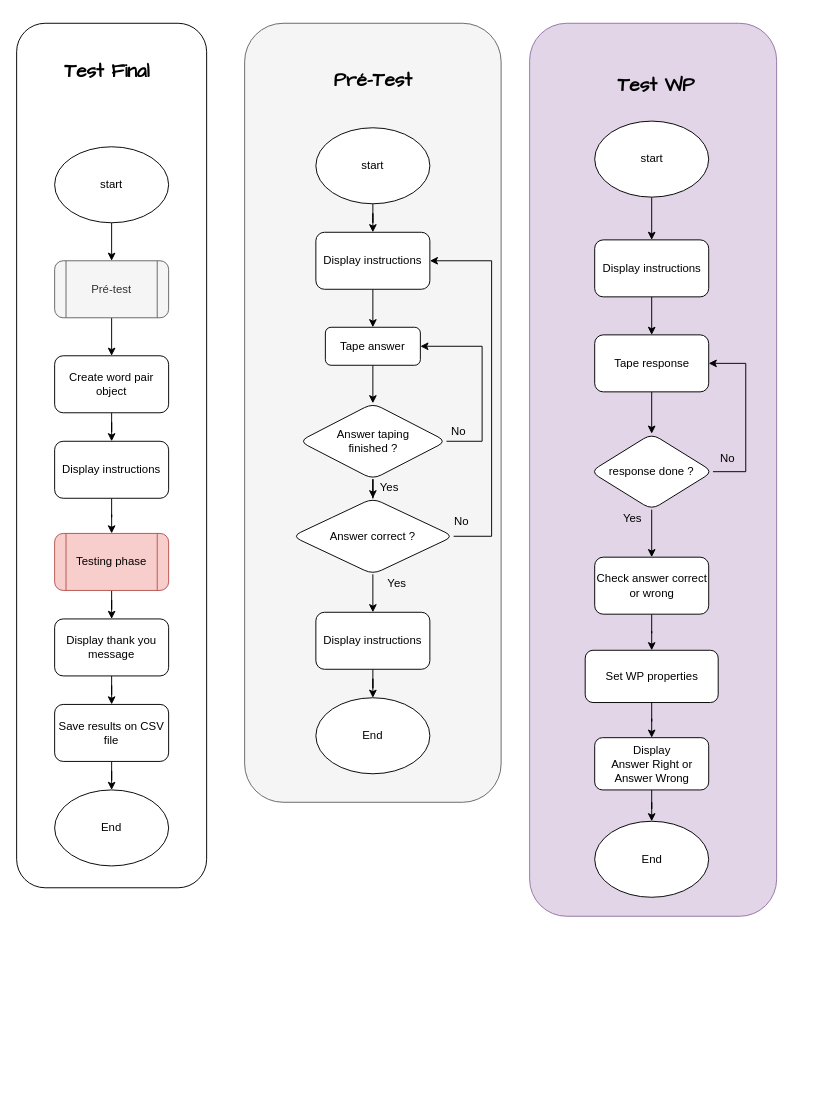
This is page "final test" (3 of 3) of Psychopy.drawio from AlessandroCuozzo/Psycho, a draw.io file, before an edit. Source tidied: cells renumbered, new cells numbered last; positions are measured from the earlier drawing's top-left corner, leaving out a move shared by most shapes. Both pictures are drawn from the tidied source at 95%, with x=0, y=0 at pixel (16, 23).
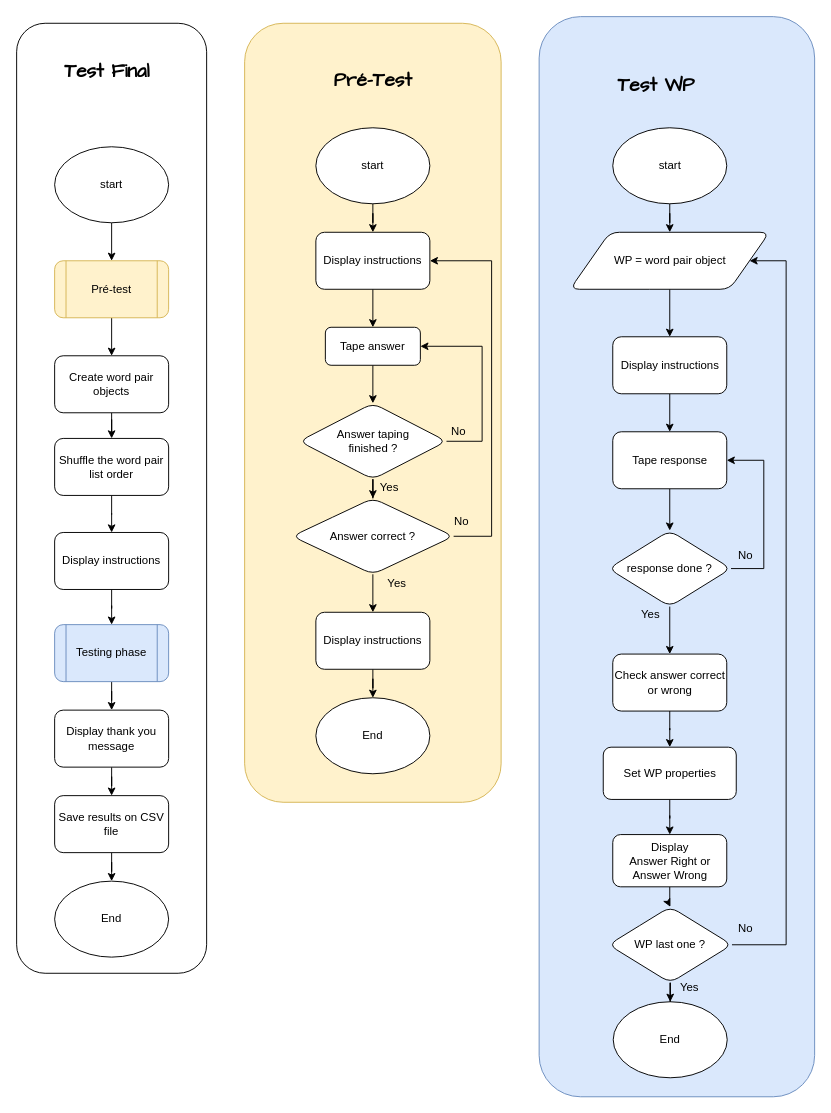
After the change.

Change to the diagram source:
```diff
@@
-    <mxCell id="2" style="rounded=1;whiteSpace=wrap;html=1;" parent="1" vertex="1">
-      <mxGeometry width="200" height="910" as="geometry" />
-    </mxCell>
+    <mxCell id="60" style="rounded=1;whiteSpace=wrap;html=1;fillColor=#dae8fc;strokeColor=#6c8ebf;" parent="1" vertex="1">
+      <mxGeometry x="550" y="-7" width="290" height="1137" as="geometry" />
+    </mxCell>
+    <mxCell id="61" style="rounded=1;whiteSpace=wrap;html=1;" parent="1" vertex="1">
+      <mxGeometry width="200" height="1000" as="geometry" />
+    </mxCell>
@@
-    <mxCell id="6" value="Pré-test" style="shape=process;whiteSpace=wrap;html=1;backgroundOutline=1;rounded=1;fillColor=#f5f5f5;strokeColor=#666666;fontColor=#333333;" parent="1" vertex="1">
+    <mxCell id="6" value="Pré-test" style="shape=process;whiteSpace=wrap;html=1;backgroundOutline=1;rounded=1;fillColor=#fff2cc;strokeColor=#d6b656;" parent="1" vertex="1">
       <mxGeometry x="40" y="250" width="120" height="60" as="geometry" />
     </mxCell>
-    <mxCell id="7" style="edgeStyle=orthogonalEdgeStyle;rounded=0;jettySize=auto;html=1;entryX=0.5;entryY=0;entryDx=0;entryDy=0;" parent="1" edge="1" source="8" target="17">
-      <mxGeometry relative="1" as="geometry" />
-    </mxCell>
+    <mxCell id="62" style="edgeStyle=orthogonalEdgeStyle;rounded=0;jettySize=auto;html=1;entryX=0.5;entryY=0;entryDx=0;entryDy=0;" parent="1" edge="1" source="8" target="73">
+      <mxGeometry relative="1" as="geometry" />
+    </mxCell>
-    <mxCell id="8" value="Create word pair object" style="rounded=1;whiteSpace=wrap;html=1;" parent="1" vertex="1">
+    <mxCell id="8" value="Create word pair objects" style="rounded=1;whiteSpace=wrap;html=1;" parent="1" vertex="1">
       <mxGeometry x="40" y="350" width="120" height="60" as="geometry" />
     </mxCell>
@@
-    <mxCell id="10" value="Testing phase" style="shape=process;whiteSpace=wrap;html=1;backgroundOutline=1;rounded=1;fillColor=#f8cecc;strokeColor=#b85450;" parent="1" vertex="1">
-      <mxGeometry x="40" y="537" width="120" height="60" as="geometry" />
+    <mxCell id="10" value="Testing phase" style="shape=process;whiteSpace=wrap;html=1;backgroundOutline=1;rounded=1;fillColor=#dae8fc;strokeColor=#6c8ebf;" parent="1" vertex="1">
+      <mxGeometry x="40" y="633" width="120" height="60" as="geometry" />
     </mxCell>
@@
     <mxCell id="12" value="Display thank you message" style="rounded=1;whiteSpace=wrap;html=1;" parent="1" vertex="1">
-      <mxGeometry x="40" y="627" width="120" height="60" as="geometry" />
+      <mxGeometry x="40" y="723" width="120" height="60" as="geometry" />
     </mxCell>
@@
     <mxCell id="14" value="Save results on CSV file" style="rounded=1;whiteSpace=wrap;html=1;" parent="1" vertex="1">
-      <mxGeometry x="40" y="717" width="120" height="60" as="geometry" />
+      <mxGeometry x="40" y="813" width="120" height="60" as="geometry" />
     </mxCell>
     <mxCell id="15" value="End" style="ellipse;whiteSpace=wrap;html=1;rounded=1;" parent="1" vertex="1">
-      <mxGeometry x="40" y="807" width="120" height="80" as="geometry" />
+      <mxGeometry x="40" y="903" width="120" height="80" as="geometry" />
     </mxCell>
@@
     <mxCell id="17" value="Display instructions" style="rounded=1;whiteSpace=wrap;html=1;" parent="1" vertex="1">
-      <mxGeometry x="40" y="440" width="120" height="60" as="geometry" />
+      <mxGeometry x="40" y="536" width="120" height="60" as="geometry" />
     </mxCell>
@@
-    <mxCell id="19" style="rounded=1;whiteSpace=wrap;html=1;fillColor=#e1d5e7;strokeColor=#9673a6;" parent="1" vertex="1">
-      <mxGeometry x="540" width="260" height="940" as="geometry" />
-    </mxCell>
@@
-    <mxCell id="21" style="edgeStyle=orthogonalEdgeStyle;rounded=0;jettySize=auto;html=1;" parent="1" edge="1" source="22" target="24">
-      <mxGeometry relative="1" as="geometry" />
-    </mxCell>
+    <mxCell id="63" style="edgeStyle=orthogonalEdgeStyle;rounded=0;jettySize=auto;html=1;entryX=0.5;entryY=0;entryDx=0;entryDy=0;" parent="1" edge="1" source="22" target="66">
+      <mxGeometry relative="1" as="geometry" />
+    </mxCell>
     <mxCell id="22" value="start" style="ellipse;whiteSpace=wrap;html=1;" parent="1" vertex="1">
-      <mxGeometry x="608.5" y="103" width="120" height="80" as="geometry" />
+      <mxGeometry x="627.5" y="110" width="120" height="80" as="geometry" />
     </mxCell>
@@
     <mxCell id="24" value="Display instructions" style="rounded=1;whiteSpace=wrap;html=1;" parent="1" vertex="1">
-      <mxGeometry x="608.5" y="228" width="120" height="60" as="geometry" />
+      <mxGeometry x="627.5" y="330" width="120" height="60" as="geometry" />
     </mxCell>
@@
     <mxCell id="26" value="Tape response" style="rounded=1;whiteSpace=wrap;html=1;" parent="1" vertex="1">
-      <mxGeometry x="608.5" y="328" width="120" height="60" as="geometry" />
+      <mxGeometry x="627.5" y="430" width="120" height="60" as="geometry" />
     </mxCell>
     <mxCell id="27" style="edgeStyle=orthogonalEdgeStyle;rounded=0;jettySize=auto;html=1;entryX=1;entryY=0.5;entryDx=0;entryDy=0;" parent="1" edge="1" source="29" target="26">
       <mxGeometry relative="1" as="geometry">
         <Array as="points">
-          <mxPoint x="767.5" y="472" />
-          <mxPoint x="767.5" y="358" />
+          <mxPoint x="786.5" y="574" />
+          <mxPoint x="786.5" y="460" />
         </Array>
       </mxGeometry>
     </mxCell>
@@
     <mxCell id="29" value="response done ?" style="rhombus;whiteSpace=wrap;html=1;rounded=1;" parent="1" vertex="1">
-      <mxGeometry x="604" y="432" width="129" height="80" as="geometry" />
+      <mxGeometry x="623" y="534" width="129" height="80" as="geometry" />
     </mxCell>
@@
     <mxCell id="31" value="Check answer correct or wrong" style="rounded=1;whiteSpace=wrap;html=1;" parent="1" vertex="1">
-      <mxGeometry x="608.5" y="562" width="120" height="60" as="geometry" />
+      <mxGeometry x="627.5" y="664" width="120" height="60" as="geometry" />
     </mxCell>
-    <mxCell id="32" style="edgeStyle=orthogonalEdgeStyle;rounded=0;jettySize=auto;html=1;entryX=0.5;entryY=0;entryDx=0;entryDy=0;" parent="1" edge="1" source="33" target="34">
-      <mxGeometry relative="1" as="geometry" />
-    </mxCell>
+    <mxCell id="64" style="edgeStyle=orthogonalEdgeStyle;rounded=0;jettySize=auto;html=1;entryX=0.5;entryY=0;entryDx=0;entryDy=0;" parent="1" edge="1" source="33" target="69">
+      <mxGeometry relative="1" as="geometry" />
+    </mxCell>
     <mxCell id="33" value="&lt;div&gt;Display &lt;br&gt;&lt;/div&gt;&lt;div&gt;Answer Right or Answer Wrong&lt;/div&gt;" style="rounded=1;whiteSpace=wrap;html=1;" parent="1" vertex="1">
-      <mxGeometry x="608.5" y="752" width="120" height="55" as="geometry" />
+      <mxGeometry x="627.5" y="854" width="120" height="55" as="geometry" />
     </mxCell>
     <mxCell id="34" value="End" style="ellipse;whiteSpace=wrap;html=1;rounded=1;" parent="1" vertex="1">
-      <mxGeometry x="608.5" y="840" width="120" height="80" as="geometry" />
+      <mxGeometry x="628" y="1030" width="120" height="80" as="geometry" />
     </mxCell>
@@
     <mxCell id="36" value="Set WP properties" style="rounded=1;whiteSpace=wrap;html=1;" parent="1" vertex="1">
-      <mxGeometry x="598.5" y="660" width="140" height="55" as="geometry" />
+      <mxGeometry x="617.5" y="762" width="140" height="55" as="geometry" />
     </mxCell>
     <mxCell id="37" value="No" style="text;html=1;align=center;verticalAlign=middle;" parent="1" vertex="1">
-      <mxGeometry x="732.5" y="448" width="30" height="20" as="geometry" />
+      <mxGeometry x="751.5" y="550" width="30" height="20" as="geometry" />
     </mxCell>
     <mxCell id="38" value="Yes" style="text;html=1;align=center;verticalAlign=middle;" parent="1" vertex="1">
-      <mxGeometry x="627.5" y="511" width="40" height="20" as="geometry" />
+      <mxGeometry x="646.5" y="613" width="40" height="20" as="geometry" />
     </mxCell>
-    <mxCell id="39" style="rounded=1;whiteSpace=wrap;html=1;fillColor=#f5f5f5;strokeColor=#666666;fontColor=#333333;" parent="1" vertex="1">
+    <mxCell id="39" style="rounded=1;whiteSpace=wrap;html=1;fillColor=#fff2cc;strokeColor=#d6b656;" parent="1" vertex="1">
       <mxGeometry x="240" width="270" height="820" as="geometry" />
     </mxCell>
@@
+    <mxCell id="65" style="edgeStyle=orthogonalEdgeStyle;rounded=0;jettySize=auto;html=1;entryX=0.5;entryY=0;entryDx=0;entryDy=0;" parent="1" edge="1" source="66" target="24">
+      <mxGeometry relative="1" as="geometry" />
+    </mxCell>
+    <mxCell id="66" value="WP = word pair object" style="shape=parallelogram;perimeter=parallelogramPerimeter;whiteSpace=wrap;html=1;rounded=1;" parent="1" vertex="1">
+      <mxGeometry x="582.5" y="220" width="210" height="60" as="geometry" />
+    </mxCell>
+    <mxCell id="67" style="edgeStyle=orthogonalEdgeStyle;rounded=0;jettySize=auto;html=1;entryX=0.5;entryY=0;entryDx=0;entryDy=0;" parent="1" edge="1" source="69" target="34">
+      <mxGeometry relative="1" as="geometry" />
+    </mxCell>
+    <mxCell id="68" style="edgeStyle=orthogonalEdgeStyle;rounded=0;jettySize=auto;html=1;entryX=1;entryY=0.5;entryDx=0;entryDy=0;" parent="1" edge="1" source="69" target="66">
+      <mxGeometry relative="1" as="geometry">
+        <Array as="points">
+          <mxPoint x="810" y="970" />
+          <mxPoint x="810" y="250" />
+        </Array>
+      </mxGeometry>
+    </mxCell>
+    <mxCell id="69" value="WP last one ?" style="rhombus;whiteSpace=wrap;html=1;rounded=1;" parent="1" vertex="1">
+      <mxGeometry x="623" y="930" width="130" height="80" as="geometry" />
+    </mxCell>
+    <mxCell id="70" value="Yes" style="text;html=1;align=center;verticalAlign=middle;" parent="1" vertex="1">
+      <mxGeometry x="687.5" y="1005" width="40" height="20" as="geometry" />
+    </mxCell>
+    <mxCell id="71" value="No" style="text;html=1;align=center;verticalAlign=middle;" parent="1" vertex="1">
+      <mxGeometry x="752" y="943" width="30" height="20" as="geometry" />
+    </mxCell>
+    <mxCell id="72" style="edgeStyle=orthogonalEdgeStyle;rounded=0;jettySize=auto;html=1;entryX=0.5;entryY=0;entryDx=0;entryDy=0;" parent="1" edge="1" source="73" target="17">
+      <mxGeometry relative="1" as="geometry" />
+    </mxCell>
+    <mxCell id="73" value="Shuffle the word pair list order" style="rounded=1;whiteSpace=wrap;html=1;" parent="1" vertex="1">
+      <mxGeometry x="40" y="437" width="120" height="60" as="geometry" />
+    </mxCell>
```
